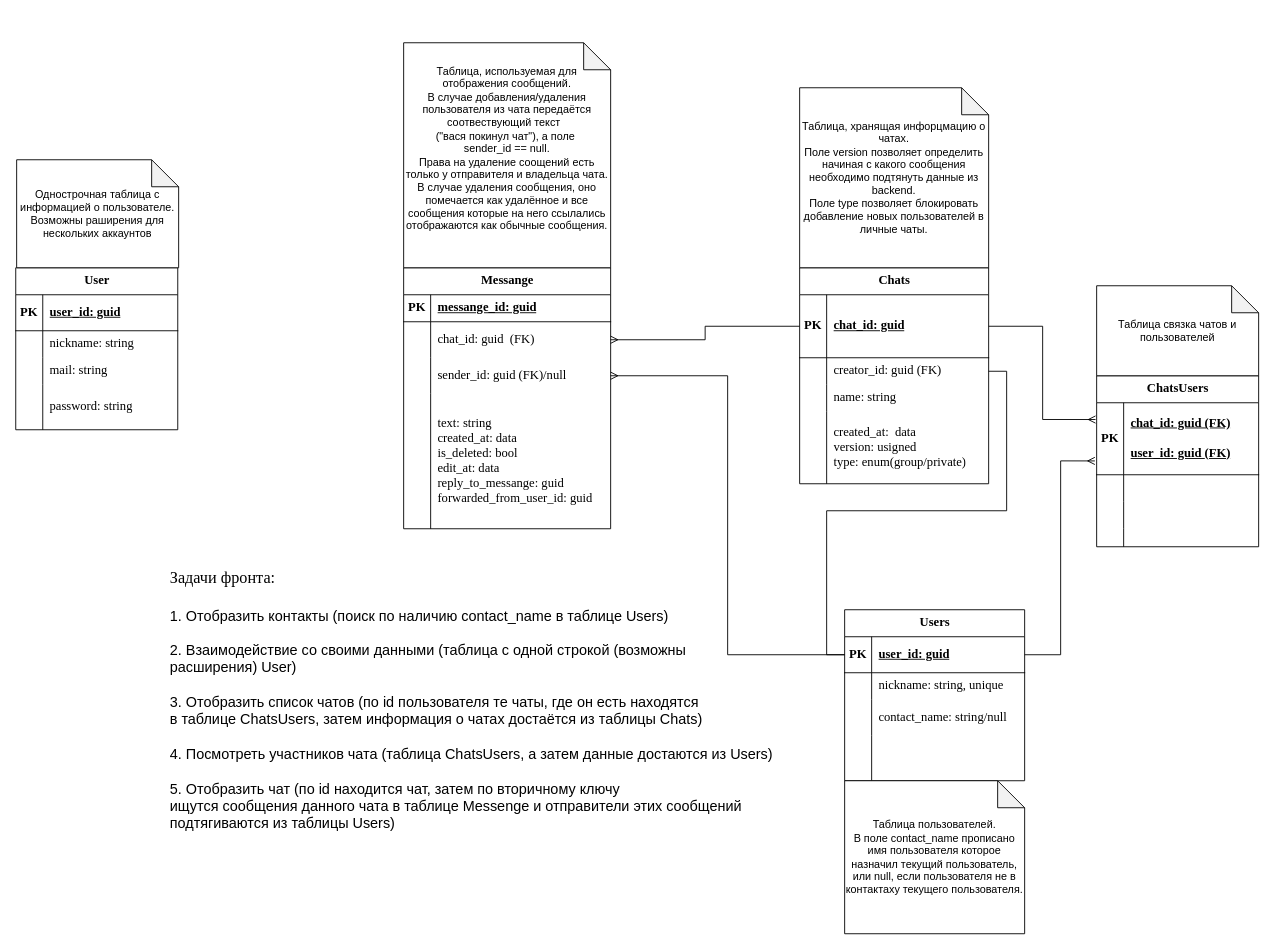
The draw.io diagram docs/front/DB.drawio in iuschnic/simple-messenger, before the edit. Source tidied: cells renumbered, new cells numbered last; positions are measured from the earlier drawing's top-left corner, leaving out a move shared by most shapes. Both pictures are drawn from the tidied source at 90%, with x=0, y=0 at pixel (15, 42).
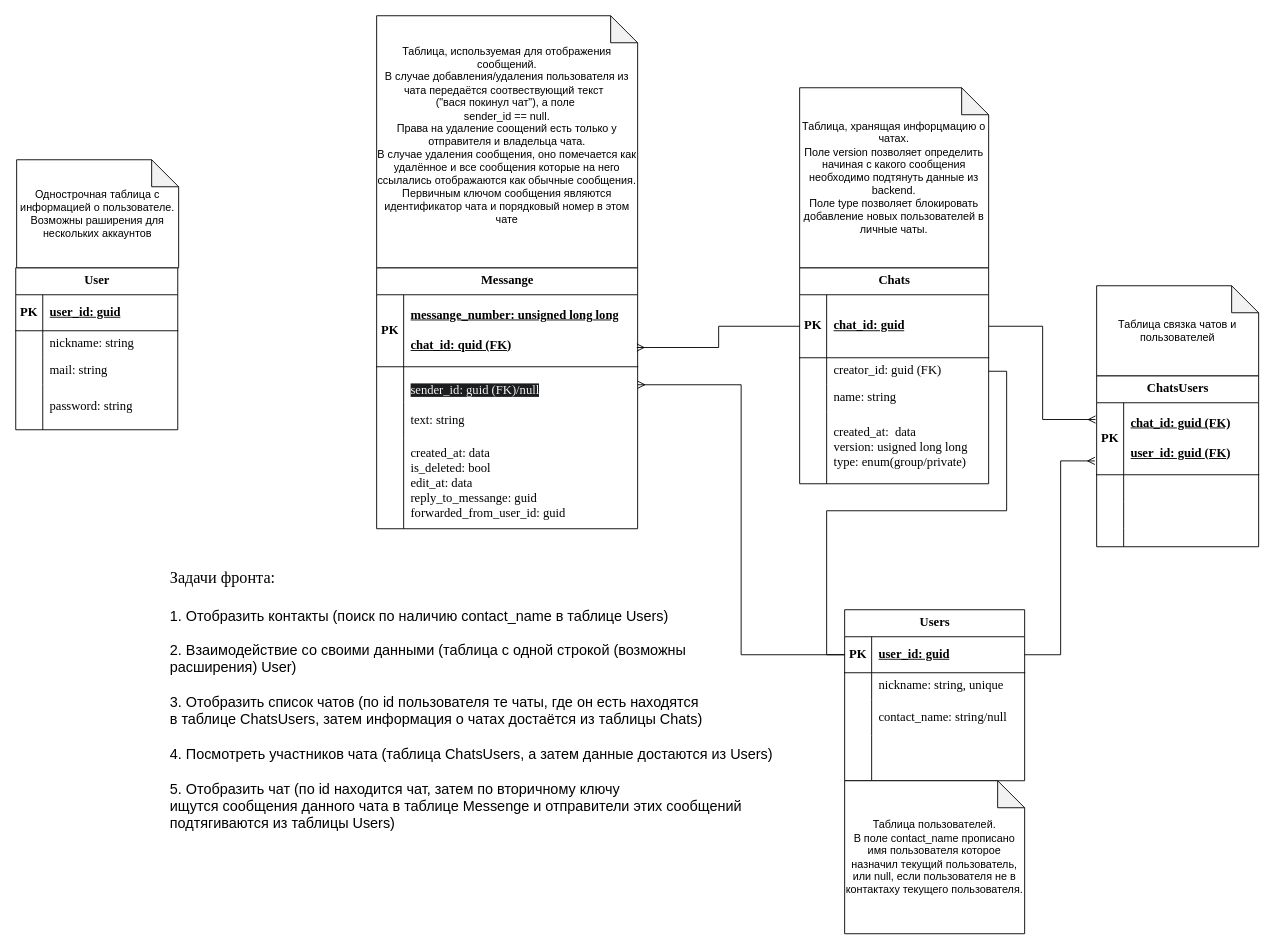
Above is the later version.

Commit message (it also covers changes not shown here):
Добавила диаграмму компонентов и исправила диаграмму БД (изменила первичные ключи в таблице Message

Unchanged cells that the change refers to:
```xml
<mxCell id="16" style="shape=tableRow;horizontal=0;startSize=0;swimlaneHead=0;swimlaneBody=0;fillColor=none;points=[[0,0.5],[1,0.5]];portConstraint=eastwest;top=0;left=0;right=0;bottom=1;fontFamily=Times New Roman;fontSize=14;" parent="15" vertex="1">
  <mxGeometry y="30" width="210" height="70" as="geometry" />
</mxCell>
<mxCell id="25" style="shape=tableRow;horizontal=0;startSize=0;swimlaneHead=0;swimlaneBody=0;fillColor=none;top=0;left=0;right=0;bottom=0;fontFamily=Times New Roman;fontSize=14;" parent="15" vertex="1">
  <mxGeometry y="160" width="210" height="80" as="geometry" />
</mxCell>
<mxCell id="29" style="shape=tableRow;horizontal=0;startSize=0;swimlaneHead=0;swimlaneBody=0;fillColor=none;points=[[0,0.5],[1,0.5]];portConstraint=eastwest;top=0;left=0;right=0;bottom=1;fontFamily=Times New Roman;fontSize=14;" parent="28" vertex="1">
  <mxGeometry y="30" width="200" height="40" as="geometry" />
</mxCell>
```

The edit, as a diff of the source:
```diff
@@
     <mxCell id="2" value="Messange" style="shape=table;startSize=30;childLayout=tableLayout;rowLines=0;fontStyle=1;align=center;html=1;fontFamily=Times New Roman;fontSize=14;" parent="1" vertex="1">
-      <mxGeometry x="431" y="250" width="230" height="290" as="geometry" />
+      <mxGeometry x="401" y="250" width="290" height="290" as="geometry" />
     </mxCell>
     <mxCell id="3" style="shape=tableRow;horizontal=0;startSize=0;swimlaneHead=0;swimlaneBody=0;fillColor=none;points=[[0,0.5],[1,0.5]];portConstraint=eastwest;top=0;left=0;right=0;bottom=1;fontFamily=Times New Roman;fontSize=14;" parent="2" vertex="1">
-      <mxGeometry y="30" width="230" height="30" as="geometry" />
+      <mxGeometry y="30" width="290" height="80" as="geometry" />
     </mxCell>
     <mxCell id="4" value="&lt;font style=&quot;font-size: 14px;&quot;&gt;PK&lt;/font&gt;" style="shape=partialRectangle;fillColor=none;top=0;left=0;bottom=0;right=0;fontStyle=1;overflow=hidden;whiteSpace=wrap;html=1;fontFamily=Times New Roman;fontSize=14;" parent="3" vertex="1">
-      <mxGeometry width="30" height="30" as="geometry" />
+      <mxGeometry width="30" height="80" as="geometry" />
     </mxCell>
-    <mxCell id="5" value="&lt;font style=&quot;font-size: 14px;&quot;&gt;messange_id: guid&lt;/font&gt;" style="shape=partialRectangle;fillColor=none;top=0;left=0;bottom=0;right=0;align=left;spacingLeft=6;fontStyle=5;overflow=hidden;whiteSpace=wrap;html=1;fontFamily=Times New Roman;fontSize=14;" parent="3" vertex="1">
-      <mxGeometry x="30" width="200" height="30" as="geometry" />
+    <mxCell id="5" value="&lt;font style=&quot;font-size: 14px;&quot;&gt;messange_number: unsigned long long&lt;/font&gt;&lt;div&gt;&lt;br&gt;&lt;div&gt;&lt;font style=&quot;font-size: 14px;&quot;&gt;chat_id: quid (FK)&lt;/font&gt;&lt;/div&gt;&lt;/div&gt;" style="shape=partialRectangle;fillColor=none;top=0;left=0;bottom=0;right=0;align=left;spacingLeft=6;fontStyle=5;overflow=hidden;whiteSpace=wrap;html=1;fontFamily=Times New Roman;fontSize=14;" parent="3" vertex="1">
+      <mxGeometry x="30" width="260" height="80" as="geometry" />
     </mxCell>
     <mxCell id="6" style="shape=tableRow;horizontal=0;startSize=0;swimlaneHead=0;swimlaneBody=0;fillColor=none;points=[[0,0.5],[1,0.5]];portConstraint=eastwest;top=0;left=0;right=0;bottom=0;fontFamily=Times New Roman;fontSize=14;" parent="2" vertex="1">
-      <mxGeometry y="60" width="230" height="40" as="geometry" />
+      <mxGeometry y="110" width="290" height="40" as="geometry" />
     </mxCell>
@@
-    <mxCell id="8" value="chat_id: guid&amp;nbsp;&amp;nbsp;(FK)" style="shape=partialRectangle;fillColor=none;top=0;left=0;bottom=0;right=0;align=left;spacingLeft=6;overflow=hidden;whiteSpace=wrap;html=1;fontFamily=Times New Roman;fontSize=14;" parent="6" vertex="1">
-      <mxGeometry x="30" width="200" height="40" as="geometry" />
+    <mxCell id="8" value="&#10;&lt;span style=&quot;color: rgb(240, 240, 240); font-family: &amp;quot;Times New Roman&amp;quot;; font-size: 14px; font-style: normal; font-variant-ligatures: normal; font-variant-caps: normal; font-weight: 400; letter-spacing: normal; orphans: 2; text-align: left; text-indent: 0px; text-transform: none; widows: 2; word-spacing: 0px; -webkit-text-stroke-width: 0px; white-space: normal; background-color: rgb(27, 29, 30); text-decoration-thickness: initial; text-decoration-style: initial; text-decoration-color: initial; display: inline !important; float: none;&quot;&gt;sender_id: guid&amp;nbsp;(FK)/null&lt;/span&gt;&#10;&#10;" style="shape=partialRectangle;fillColor=none;top=0;left=0;bottom=0;right=0;align=left;spacingLeft=6;overflow=hidden;whiteSpace=wrap;html=1;fontFamily=Times New Roman;fontSize=14;" parent="6" vertex="1">
+      <mxGeometry x="30" width="260" height="40" as="geometry" />
     </mxCell>
     <mxCell id="9" style="shape=tableRow;horizontal=0;startSize=0;swimlaneHead=0;swimlaneBody=0;fillColor=none;points=[[0,0.5],[1,0.5]];portConstraint=eastwest;top=0;left=0;right=0;bottom=0;fontFamily=Times New Roman;fontSize=14;" parent="2" vertex="1">
-      <mxGeometry y="100" width="230" height="40" as="geometry" />
+      <mxGeometry y="150" width="290" height="40" as="geometry" />
     </mxCell>
@@
-    <mxCell id="11" value="sender_id: guid&amp;nbsp;(FK)/null" style="shape=partialRectangle;fillColor=none;top=0;left=0;bottom=0;right=0;align=left;spacingLeft=6;overflow=hidden;whiteSpace=wrap;html=1;fontFamily=Times New Roman;fontSize=14;" parent="9" vertex="1">
-      <mxGeometry x="30" width="200" height="40" as="geometry" />
+    <mxCell id="11" value="text: string" style="shape=partialRectangle;fillColor=none;top=0;left=0;bottom=0;right=0;align=left;spacingLeft=6;overflow=hidden;whiteSpace=wrap;html=1;fontFamily=Times New Roman;fontSize=14;" parent="9" vertex="1">
+      <mxGeometry x="30" width="260" height="40" as="geometry" />
     </mxCell>
     <mxCell id="12" style="shape=tableRow;horizontal=0;startSize=0;swimlaneHead=0;swimlaneBody=0;fillColor=none;top=0;left=0;right=0;bottom=0;fontFamily=Times New Roman;fontSize=14;" parent="2" vertex="1">
-      <mxGeometry y="140" width="230" height="150" as="geometry" />
+      <mxGeometry y="190" width="290" height="100" as="geometry" />
     </mxCell>
     <mxCell id="13" style="shape=partialRectangle;fillColor=none;top=0;left=0;bottom=0;right=0;overflow=hidden;whiteSpace=wrap;html=1;fontFamily=Times New Roman;fontSize=14;" parent="12" vertex="1">
-      <mxGeometry width="30" height="150" as="geometry" />
+      <mxGeometry width="30" height="100" as="geometry" />
     </mxCell>
-    <mxCell id="14" value="&lt;div&gt;&lt;span style=&quot;background-color: initial;&quot;&gt;text: string&lt;/span&gt;&lt;/div&gt;&lt;div&gt;created_at: data&lt;/div&gt;&lt;div&gt;is_deleted: bool&lt;/div&gt;&lt;div&gt;edit_at: data&lt;/div&gt;&lt;div&gt;reply_to_messange: guid&lt;/div&gt;&lt;div&gt;forwarded_from_user_id: guid&lt;/div&gt;" style="shape=partialRectangle;fillColor=none;top=0;left=0;bottom=0;right=0;align=left;spacingLeft=6;overflow=hidden;whiteSpace=wrap;html=1;fontFamily=Times New Roman;fontSize=14;" parent="12" vertex="1">
-      <mxGeometry x="30" width="200" height="150" as="geometry" />
+    <mxCell id="14" value="&lt;div&gt;&lt;span style=&quot;background-color: initial;&quot;&gt;created_at: data&lt;/span&gt;&lt;br&gt;&lt;/div&gt;&lt;div&gt;is_deleted: bool&lt;/div&gt;&lt;div&gt;edit_at: data&lt;/div&gt;&lt;div&gt;reply_to_messange: guid&lt;/div&gt;&lt;div&gt;forwarded_from_user_id: guid&lt;/div&gt;" style="shape=partialRectangle;fillColor=none;top=0;left=0;bottom=0;right=0;align=left;spacingLeft=6;overflow=hidden;whiteSpace=wrap;html=1;fontFamily=Times New Roman;fontSize=14;" parent="12" vertex="1">
+      <mxGeometry x="30" width="260" height="100" as="geometry" />
     </mxCell>
@@
-    <mxCell id="27" value="created_at:&amp;nbsp; data&lt;div&gt;version: usigned&lt;/div&gt;&lt;div&gt;type: enum(group/private)&lt;/div&gt;" style="shape=partialRectangle;fillColor=none;top=0;left=0;bottom=0;right=0;align=left;spacingLeft=6;overflow=hidden;whiteSpace=wrap;html=1;fontFamily=Times New Roman;fontSize=14;" parent="25" vertex="1">
+    <mxCell id="27" value="created_at:&amp;nbsp; data&lt;div&gt;version: usigned long long&lt;/div&gt;&lt;div&gt;type: enum(group/private)&lt;/div&gt;" style="shape=partialRectangle;fillColor=none;top=0;left=0;bottom=0;right=0;align=left;spacingLeft=6;overflow=hidden;whiteSpace=wrap;html=1;fontFamily=Times New Roman;fontSize=14;" parent="25" vertex="1">
       <mxGeometry x="30" width="180" height="80" as="geometry" />
     </mxCell>
@@
-    <mxCell id="67" style="edgeStyle=orthogonalEdgeStyle;rounded=0;jettySize=auto;html=1;entryX=1;entryY=0.5;entryDx=0;entryDy=0;endArrow=ERmany;endFill=0;" parent="1" edge="1" source="16" target="6">
+    <mxCell id="67" style="edgeStyle=orthogonalEdgeStyle;rounded=0;jettySize=auto;html=1;entryX=0.997;entryY=0.733;entryDx=0;entryDy=0;endArrow=ERmany;endFill=0;entryPerimeter=0;" parent="1" edge="1" source="16" target="3">
       <mxGeometry relative="1" as="geometry" />
     </mxCell>
-    <mxCell id="68" style="edgeStyle=orthogonalEdgeStyle;rounded=0;jettySize=auto;html=1;entryX=1;entryY=0.5;entryDx=0;entryDy=0;endArrow=ERmany;endFill=0;" parent="1" edge="1" source="29" target="9">
+    <mxCell id="68" style="edgeStyle=orthogonalEdgeStyle;rounded=0;jettySize=auto;html=1;entryX=1;entryY=0.5;entryDx=0;entryDy=0;endArrow=ERmany;endFill=0;" parent="1" edge="1" source="29" target="6">
       <mxGeometry relative="1" as="geometry" />
     </mxCell>
@@
-    <mxCell id="74" value="Таблица, используемая для отображения сообщений.&lt;div style=&quot;&quot;&gt;&lt;div style=&quot;&quot;&gt;В случае добавления/удаления пользователя из чата передаётся соотвествующий текст&amp;nbsp;&amp;nbsp;&lt;/div&gt;&lt;div style=&quot;&quot;&gt;&lt;span style=&quot;background-color: initial;&quot;&gt;(&quot;вася покинул чат&quot;), а поле&amp;nbsp;&lt;/span&gt;&lt;/div&gt;&lt;div style=&quot;&quot;&gt;&lt;span style=&quot;background-color: initial;&quot;&gt;sender_id == null.&lt;/span&gt;&lt;/div&gt;&lt;div style=&quot;&quot;&gt;&lt;span style=&quot;background-color: initial;&quot;&gt;Права на удаление соощений есть только у отправителя и владельца чата.&lt;/span&gt;&lt;/div&gt;&lt;div style=&quot;&quot;&gt;&lt;span style=&quot;background-color: initial;&quot;&gt;В случае удаления сообщения, оно помечается как удалённое и все сообщения которые на него ссылались отображаются как обычные сообщения.&lt;/span&gt;&lt;/div&gt;&lt;div&gt;&lt;br&gt;&lt;/div&gt;&lt;/div&gt;" style="shape=note;whiteSpace=wrap;html=1;backgroundOutline=1;darkOpacity=0.05;" parent="1" vertex="1">
-      <mxGeometry x="431" width="230" height="250" as="geometry" />
+    <mxCell id="74" value="Таблица, используемая для отображения сообщений.&lt;div style=&quot;&quot;&gt;&lt;div style=&quot;&quot;&gt;В случае добавления/удаления пользователя из чата передаётся соотвествующий текст&amp;nbsp;&amp;nbsp;&lt;/div&gt;&lt;div style=&quot;&quot;&gt;&lt;span style=&quot;background-color: initial;&quot;&gt;(&quot;вася покинул чат&quot;), а поле&amp;nbsp;&lt;/span&gt;&lt;/div&gt;&lt;div style=&quot;&quot;&gt;&lt;span style=&quot;background-color: initial;&quot;&gt;sender_id == null.&lt;/span&gt;&lt;/div&gt;&lt;div style=&quot;&quot;&gt;&lt;span style=&quot;background-color: initial;&quot;&gt;Права на удаление соощений есть только у отправителя и владельца чата.&lt;/span&gt;&lt;/div&gt;&lt;div style=&quot;&quot;&gt;&lt;span style=&quot;background-color: initial;&quot;&gt;В случае удаления сообщения, оно помечается как удалённое и все сообщения которые на него ссылались отображаются как обычные сообщения.&lt;/span&gt;&lt;/div&gt;&lt;div style=&quot;&quot;&gt;Первичным ключом сообщения являются идентификатор чата и порядковый номер в этом чате&lt;/div&gt;&lt;div&gt;&lt;br&gt;&lt;/div&gt;&lt;/div&gt;" style="shape=note;whiteSpace=wrap;html=1;backgroundOutline=1;darkOpacity=0.05;" parent="1" vertex="1">
+      <mxGeometry x="401" y="-30" width="290" height="280" as="geometry" />
     </mxCell>
```
